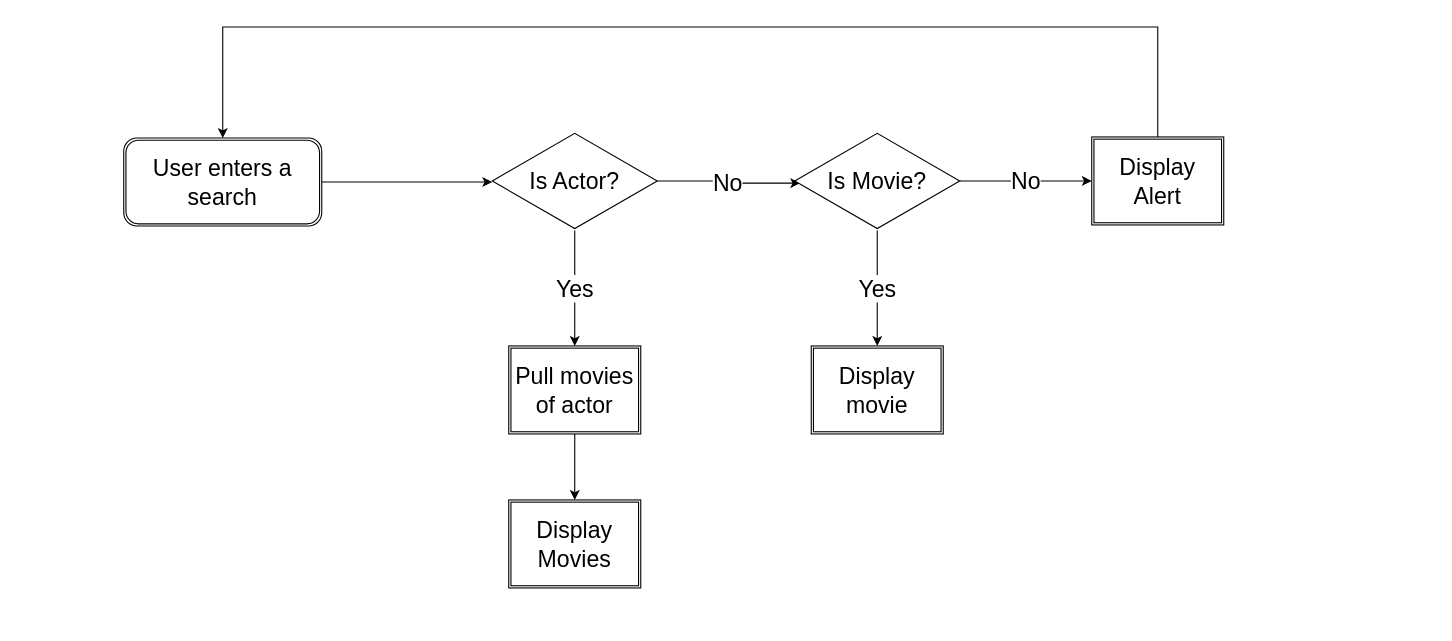
This is page "User Journey" (3 of 3) of Stream Connect.drawio from gatorhatur/stream-connect, a draw.io file, before an edit. Source tidied: cells renumbered, new cells numbered last; positions are measured from the earlier drawing's top-left corner, leaving out a move shared by most shapes. Both pictures are drawn from the tidied source at 110%, with x=0, y=0 at pixel (123, 26).
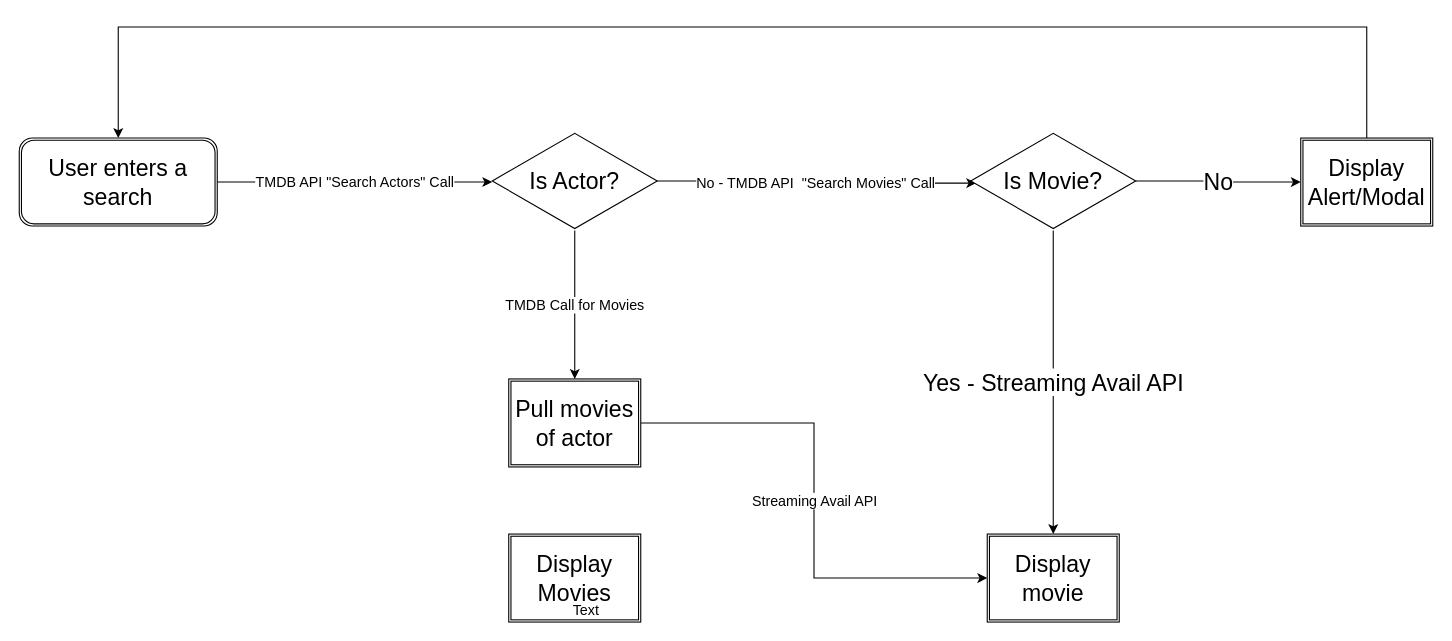
Above is the later version.

Commit message:
Expanded User Journey

Change to the diagram source:
```diff
@@
 <mxGraphModel>
   <root>
     <mxCell id="0" />
     <mxCell id="1" parent="0" />
-    <mxCell id="2" style="edgeStyle=orthogonalEdgeStyle;rounded=0;jettySize=auto;html=1;exitX=1;exitY=0.5;exitDx=0;exitDy=0;entryX=0;entryY=0.511;entryDx=0;entryDy=0;entryPerimeter=0;fontSize=21;" parent="1" edge="1" source="3" target="6">
+    <mxCell id="2" value="TMDB API &quot;Search Actors&quot; Call" style="edgeStyle=orthogonalEdgeStyle;rounded=0;jettySize=auto;html=1;exitX=1;exitY=0.5;exitDx=0;exitDy=0;entryX=0;entryY=0.511;entryDx=0;entryDy=0;entryPerimeter=0;fontSize=13;" parent="1" edge="1" source="3" target="6">
       <mxGeometry relative="1" as="geometry" />
     </mxCell>
     <mxCell id="3" value="User enters a search" style="shape=ext;double=1;rounded=1;whiteSpace=wrap;html=1;fontSize=21;" parent="1" vertex="1">
-      <mxGeometry y="101" width="180" height="80" as="geometry" />
+      <mxGeometry x="-95" y="101" width="180" height="80" as="geometry" />
     </mxCell>
-    <mxCell id="4" value="No" style="edgeStyle=orthogonalEdgeStyle;rounded=0;jettySize=auto;html=1;entryX=0.033;entryY=0.522;entryDx=0;entryDy=0;entryPerimeter=0;fontSize=21;" parent="1" edge="1" source="6" target="11">
+    <mxCell id="4" value="No - TMDB API&amp;nbsp; &quot;Search Movies&quot; Call" style="edgeStyle=orthogonalEdgeStyle;rounded=0;jettySize=auto;html=1;entryX=0.033;entryY=0.522;entryDx=0;entryDy=0;entryPerimeter=0;fontSize=13;" parent="1" edge="1" source="6" target="11">
       <mxGeometry relative="1" as="geometry" />
     </mxCell>
-    <mxCell id="5" value="Yes" style="edgeStyle=orthogonalEdgeStyle;rounded=0;jettySize=auto;html=1;entryX=0.5;entryY=0;entryDx=0;entryDy=0;fontSize=21;" parent="1" edge="1" source="6" target="8">
+    <mxCell id="5" value="TMDB Call for Movies" style="edgeStyle=orthogonalEdgeStyle;rounded=0;jettySize=auto;html=1;entryX=0.5;entryY=0;entryDx=0;entryDy=0;fontSize=13;" parent="1" edge="1" source="6" target="8">
       <mxGeometry relative="1" as="geometry" />
     </mxCell>
     <mxCell id="6" value="Is Actor?" style="html=1;whiteSpace=wrap;shape=isoRectangle;fontSize=21;" parent="1" vertex="1">
       <mxGeometry x="335" y="95" width="150" height="90" as="geometry" />
     </mxCell>
-    <mxCell id="7" style="edgeStyle=orthogonalEdgeStyle;rounded=0;jettySize=auto;html=1;exitX=0.5;exitY=1;exitDx=0;exitDy=0;entryX=0.5;entryY=0;entryDx=0;entryDy=0;fontSize=21;" parent="1" edge="1" source="8" target="15">
-      <mxGeometry relative="1" as="geometry" />
-    </mxCell>
+    <mxCell id="16" value="Streaming Avail API" style="edgeStyle=orthogonalEdgeStyle;rounded=0;jettySize=auto;html=1;exitX=1;exitY=0.5;exitDx=0;exitDy=0;entryX=0;entryY=0.5;entryDx=0;entryDy=0;fontSize=13;" parent="1" edge="1" source="8" target="12">
+      <mxGeometry relative="1" as="geometry" />
+    </mxCell>
     <mxCell id="8" value="Pull movies of actor" style="shape=ext;double=1;rounded=0;whiteSpace=wrap;html=1;fontSize=21;" parent="1" vertex="1">
-      <mxGeometry x="350" y="290" width="120" height="80" as="geometry" />
+      <mxGeometry x="350" y="320" width="120" height="80" as="geometry" />
     </mxCell>
     <mxCell id="9" value="No" style="edgeStyle=orthogonalEdgeStyle;rounded=0;jettySize=auto;html=1;entryX=0;entryY=0.5;entryDx=0;entryDy=0;fontSize=21;" parent="1" edge="1" source="11" target="14">
       <mxGeometry relative="1" as="geometry" />
     </mxCell>
-    <mxCell id="10" value="Yes" style="edgeStyle=orthogonalEdgeStyle;rounded=0;jettySize=auto;html=1;entryX=0.5;entryY=0;entryDx=0;entryDy=0;fontSize=21;" parent="1" edge="1" source="11" target="12">
+    <mxCell id="10" value="Yes - Streaming Avail API" style="edgeStyle=orthogonalEdgeStyle;rounded=0;jettySize=auto;html=1;entryX=0.5;entryY=0;entryDx=0;entryDy=0;fontSize=21;" parent="1" edge="1" source="11" target="12">
       <mxGeometry relative="1" as="geometry" />
     </mxCell>
     <mxCell id="11" value="Is Movie?" style="html=1;whiteSpace=wrap;shape=isoRectangle;fontSize=21;" parent="1" vertex="1">
-      <mxGeometry x="610" y="95" width="150" height="90" as="geometry" />
+      <mxGeometry x="770" y="95" width="150" height="90" as="geometry" />
     </mxCell>
     <mxCell id="12" value="Display movie" style="shape=ext;double=1;rounded=0;whiteSpace=wrap;html=1;fontSize=21;" parent="1" vertex="1">
-      <mxGeometry x="625" y="290" width="120" height="80" as="geometry" />
+      <mxGeometry x="785" y="461" width="120" height="80" as="geometry" />
     </mxCell>
     <mxCell id="13" style="edgeStyle=orthogonalEdgeStyle;rounded=0;jettySize=auto;html=1;exitX=0.5;exitY=0;exitDx=0;exitDy=0;entryX=0.5;entryY=0;entryDx=0;entryDy=0;fontSize=21;" parent="1" edge="1" source="14" target="3">
       <mxGeometry relative="1" as="geometry">
         <Array as="points">
           <mxPoint x="940" />
           <mxPoint x="90" />
         </Array>
       </mxGeometry>
     </mxCell>
-    <mxCell id="14" value="Display Alert" style="shape=ext;double=1;rounded=0;whiteSpace=wrap;html=1;fontSize=21;" parent="1" vertex="1">
-      <mxGeometry x="880" y="100" width="120" height="80" as="geometry" />
+    <mxCell id="14" value="Display Alert/Modal" style="shape=ext;double=1;rounded=0;whiteSpace=wrap;html=1;fontSize=21;" parent="1" vertex="1">
+      <mxGeometry x="1070" y="101" width="120" height="80" as="geometry" />
     </mxCell>
     <mxCell id="15" value="Display Movies" style="shape=ext;double=1;rounded=0;whiteSpace=wrap;html=1;fontSize=21;" parent="1" vertex="1">
-      <mxGeometry x="350" y="430" width="120" height="80" as="geometry" />
+      <mxGeometry x="350" y="461" width="120" height="80" as="geometry" />
     </mxCell>
+    <mxCell id="17" value="Text" style="text;html=1;align=center;verticalAlign=middle;strokeColor=none;fillColor=none;fontSize=13;" parent="1" vertex="1">
+      <mxGeometry x="400" y="520" width="40" height="20" as="geometry" />
+    </mxCell>
   </root>
 </mxGraphModel>
```
